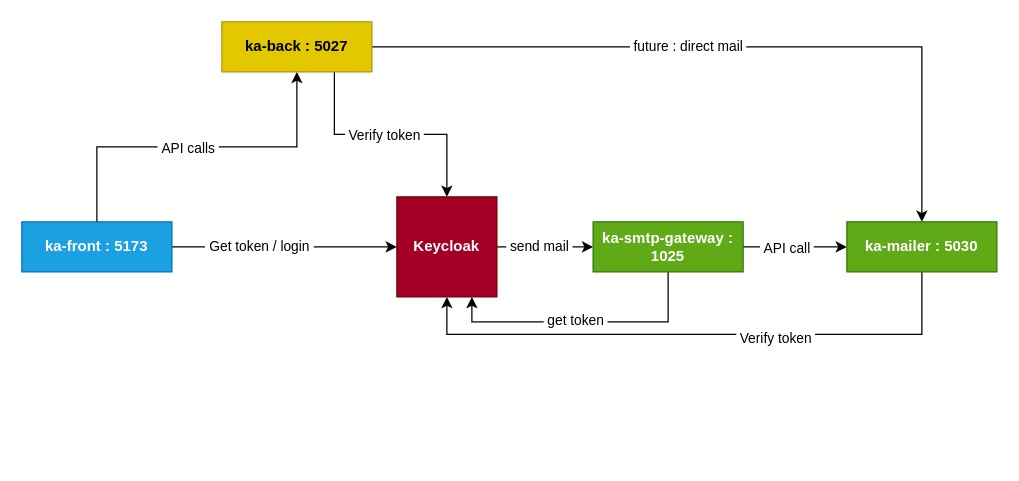
This is doc/ka.drawio from franzk/ka-serv, a draw.io file, before an edit. Source tidied: cells renumbered, new cells numbered last; positions are measured from the earlier drawing's top-left corner, leaving out a move shared by most shapes. Both pictures are drawn from the tidied source at 125%, with x=0, y=0 at pixel (21, 21).
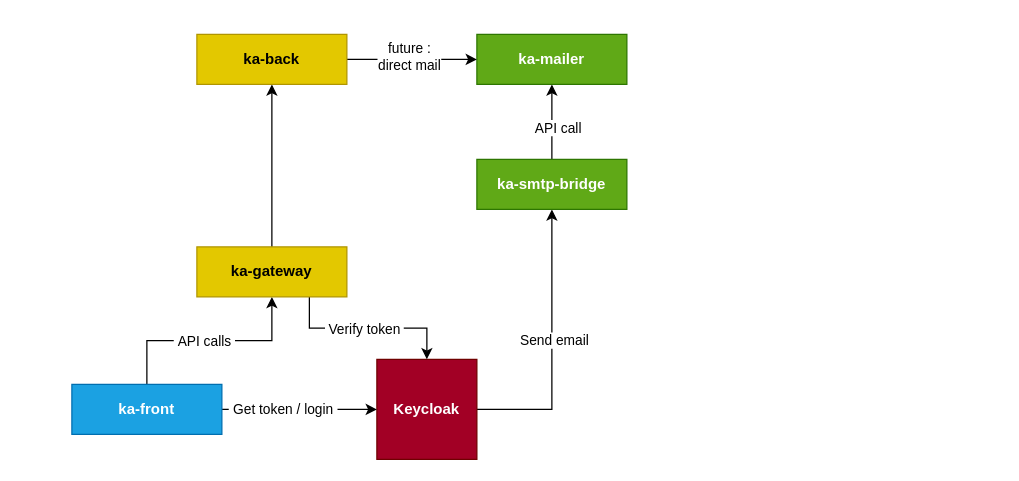
The same diagram, later.

Change to the diagram source:
```diff
@@
-    <mxCell id="2" style="edgeStyle=orthogonalEdgeStyle;rounded=0;jettySize=auto;html=1;exitX=1;exitY=0.5;exitDx=0;exitDy=0;entryX=0;entryY=0.5;entryDx=0;entryDy=0;" parent="1" edge="1" source="4" target="20">
+    <mxCell id="2" style="edgeStyle=orthogonalEdgeStyle;rounded=0;jettySize=auto;html=1;exitX=1;exitY=0.5;exitDx=0;exitDy=0;entryX=0.5;entryY=1;entryDx=0;entryDy=0;" parent="1" edge="1" source="4" target="20">
       <mxGeometry relative="1" as="geometry" />
     </mxCell>
-    <mxCell id="3" value="&amp;nbsp;send mail&amp;nbsp;" style="edgeLabel;html=1;align=center;verticalAlign=middle;" parent="2" vertex="1">
-      <mxGeometry x="-0.13" y="1" relative="1" as="geometry" />
-    </mxCell>
+    <mxCell id="24" value="Send email" style="edgeLabel;html=1;align=center;verticalAlign=middle;" parent="2" vertex="1">
+      <mxGeometry x="0.05" y="-1" relative="1" as="geometry" />
+    </mxCell>
     <mxCell id="4" value="Keycloak" style="whiteSpace=wrap;html=1;fillColor=#a20025;fontColor=#ffffff;strokeColor=#6F0000;fontStyle=1;" parent="1" vertex="1">
-      <mxGeometry x="300" y="140" width="80" height="80" as="geometry" />
+      <mxGeometry x="284" y="270" width="80" height="80" as="geometry" />
     </mxCell>
@@
-    <mxCell id="9" value="ka-front : 5173" style="whiteSpace=wrap;html=1;fillColor=#1ba1e2;fontColor=#ffffff;strokeColor=#006EAF;fontStyle=1;" parent="1" vertex="1">
-      <mxGeometry y="160" width="120" height="40" as="geometry" />
+    <mxCell id="9" value="ka-front" style="whiteSpace=wrap;html=1;fillColor=#1ba1e2;fontColor=#ffffff;strokeColor=#006EAF;fontStyle=1;" parent="1" vertex="1">
+      <mxGeometry x="40" y="290" width="120" height="40" as="geometry" />
     </mxCell>
@@
-    <mxCell id="12" style="edgeStyle=orthogonalEdgeStyle;rounded=0;jettySize=auto;html=1;exitX=1;exitY=0.5;exitDx=0;exitDy=0;entryX=0.5;entryY=0;entryDx=0;entryDy=0;" parent="1" edge="1" source="15" target="23">
-      <mxGeometry relative="1" as="geometry" />
-    </mxCell>
-    <mxCell id="13" value="&lt;br&gt;&lt;div&gt;&lt;br&gt;&lt;/div&gt;" style="edgeLabel;html=1;align=center;verticalAlign=middle;" parent="12" vertex="1">
-      <mxGeometry x="-0.11" relative="1" as="geometry" />
-    </mxCell>
-    <mxCell id="14" value="&amp;nbsp;future : direct mail&amp;nbsp;" style="edgeLabel;html=1;align=center;verticalAlign=middle;" parent="12" vertex="1">
-      <mxGeometry x="-0.13" y="1" relative="1" as="geometry" />
-    </mxCell>
+    <mxCell id="25" style="edgeStyle=orthogonalEdgeStyle;rounded=0;jettySize=auto;html=1;exitX=0.5;exitY=0;exitDx=0;exitDy=0;entryX=0.5;entryY=1;entryDx=0;entryDy=0;" parent="1" edge="1" source="15" target="27">
+      <mxGeometry relative="1" as="geometry" />
+    </mxCell>
-    <mxCell id="15" value="ka-back : 5027" style="whiteSpace=wrap;html=1;fillColor=#e3c800;strokeColor=#B09500;fontColor=#000000;fontStyle=1;" parent="1" vertex="1">
-      <mxGeometry x="160" width="120" height="40" as="geometry" />
+    <mxCell id="15" value="ka-gateway" style="whiteSpace=wrap;html=1;fillColor=light-dark(#E3C800,#C79A00);strokeColor=#B09500;fontColor=#000000;fontStyle=1;" parent="1" vertex="1">
+      <mxGeometry x="140" y="180" width="120" height="40" as="geometry" />
     </mxCell>
-    <mxCell id="16" style="edgeStyle=orthogonalEdgeStyle;rounded=0;jettySize=auto;html=1;exitX=0.5;exitY=1;exitDx=0;exitDy=0;entryX=0.75;entryY=1;entryDx=0;entryDy=0;" parent="1" edge="1" source="20" target="4">
-      <mxGeometry relative="1" as="geometry" />
-    </mxCell>
-    <mxCell id="17" value="&amp;nbsp;get token&amp;nbsp;" style="edgeLabel;html=1;align=center;verticalAlign=middle;" parent="16" vertex="1">
-      <mxGeometry x="0.06" y="-2" relative="1" as="geometry" />
-    </mxCell>
-    <mxCell id="18" style="edgeStyle=orthogonalEdgeStyle;rounded=0;jettySize=auto;html=1;exitX=1;exitY=0.5;exitDx=0;exitDy=0;entryX=0;entryY=0.5;entryDx=0;entryDy=0;" parent="1" edge="1" source="20" target="23">
+    <mxCell id="18" style="edgeStyle=orthogonalEdgeStyle;rounded=0;jettySize=auto;html=1;exitX=0.5;exitY=0;exitDx=0;exitDy=0;entryX=0.5;entryY=1;entryDx=0;entryDy=0;" parent="1" edge="1" source="20" target="23">
       <mxGeometry relative="1" as="geometry" />
     </mxCell>
-    <mxCell id="19" value="&amp;nbsp;API call&amp;nbsp;" style="edgeLabel;html=1;align=center;verticalAlign=middle;" parent="18" vertex="1">
-      <mxGeometry x="-0.17" y="-2" relative="1" as="geometry">
-        <mxPoint y="-2" as="offset" />
-      </mxGeometry>
+    <mxCell id="19" value="API call" style="edgeLabel;html=1;align=center;verticalAlign=middle;" parent="18" vertex="1">
+      <mxGeometry x="-0.14" y="-4" relative="1" as="geometry" />
     </mxCell>
-    <mxCell id="20" value="ka-smtp-gateway : 1025" style="whiteSpace=wrap;html=1;fillColor=#60a917;fontColor=#ffffff;strokeColor=#2D7600;fontStyle=1;" parent="1" vertex="1">
-      <mxGeometry x="457" y="160" width="120" height="40" as="geometry" />
+    <mxCell id="20" value="ka-smtp-bridge" style="whiteSpace=wrap;html=1;fillColor=#60a917;fontColor=#ffffff;strokeColor=#2D7600;fontStyle=1;" parent="1" vertex="1">
+      <mxGeometry x="364" y="110" width="120" height="40" as="geometry" />
     </mxCell>
-    <mxCell id="21" style="edgeStyle=orthogonalEdgeStyle;rounded=0;jettySize=auto;html=1;exitX=0.5;exitY=1;exitDx=0;exitDy=0;entryX=0.5;entryY=1;entryDx=0;entryDy=0;" parent="1" edge="1" source="23" target="4">
-      <mxGeometry relative="1" as="geometry">
-        <Array as="points">
-          <mxPoint x="720" y="250" />
-          <mxPoint x="340" y="250" />
-        </Array>
-      </mxGeometry>
-    </mxCell>
-    <mxCell id="22" value="&amp;nbsp;Verify token&amp;nbsp;" style="edgeLabel;html=1;align=center;verticalAlign=middle;" parent="21" vertex="1">
-      <mxGeometry x="-0.27" y="2" relative="1" as="geometry" />
-    </mxCell>
-    <mxCell id="23" value="ka-mailer : 5030" style="whiteSpace=wrap;html=1;fillColor=#60a917;fontColor=#ffffff;strokeColor=#2D7600;fontStyle=1;" parent="1" vertex="1">
-      <mxGeometry x="660" y="160" width="120" height="40" as="geometry" />
+    <mxCell id="23" value="ka-mailer" style="whiteSpace=wrap;html=1;fillColor=#60a917;fontColor=#ffffff;strokeColor=#2D7600;fontStyle=1;" parent="1" vertex="1">
+      <mxGeometry x="364" y="10" width="120" height="40" as="geometry" />
     </mxCell>
+    <mxCell id="26" style="edgeStyle=orthogonalEdgeStyle;rounded=0;jettySize=auto;html=1;exitX=1;exitY=0.5;exitDx=0;exitDy=0;entryX=0;entryY=0.5;entryDx=0;entryDy=0;" parent="1" edge="1" source="27" target="23">
+      <mxGeometry relative="1" as="geometry" />
+    </mxCell>
+    <mxCell id="14" value="future : &lt;br&gt;direct mail" style="edgeLabel;html=1;align=center;verticalAlign=middle;" parent="26" vertex="1">
+      <mxGeometry x="-0.05" y="3" relative="1" as="geometry" />
+    </mxCell>
+    <mxCell id="27" value="ka-back" style="whiteSpace=wrap;html=1;fillColor=#e3c800;strokeColor=#B09500;fontColor=#000000;fontStyle=1;" parent="1" vertex="1">
+      <mxGeometry x="140" y="10" width="120" height="40" as="geometry" />
+    </mxCell>
```
